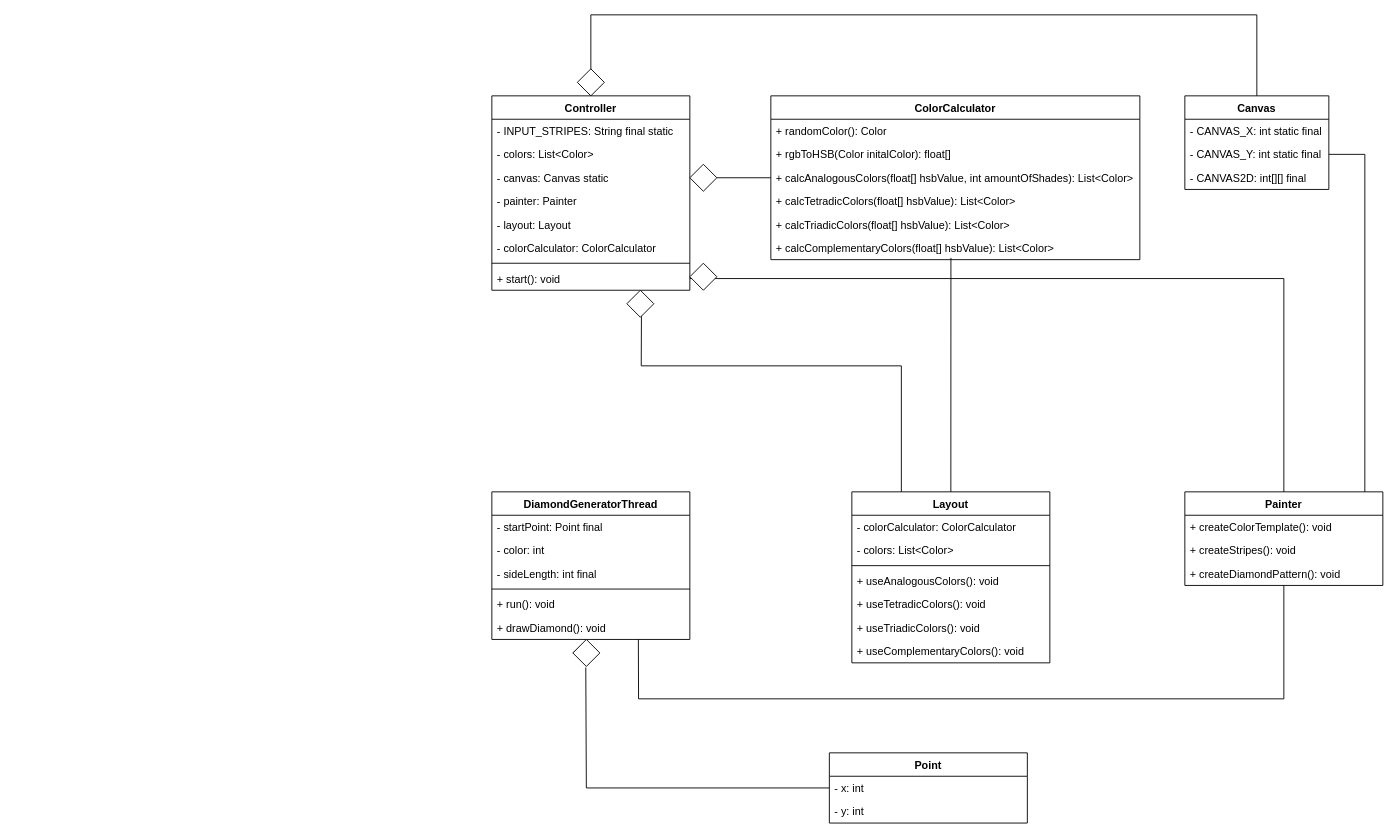
Akbar-Noser/M226a_Art_Program keeps this draw.io diagram as documentation/UML_DaVinci.drawio. Above is the earlier version. Source tidied: cells renumbered, new cells numbered last; positions are measured from the earlier drawing's top-left corner, leaving out a move shared by most shapes. Both pictures are drawn from the tidied source at 90%, with x=0, y=0 at pixel (491, 14).
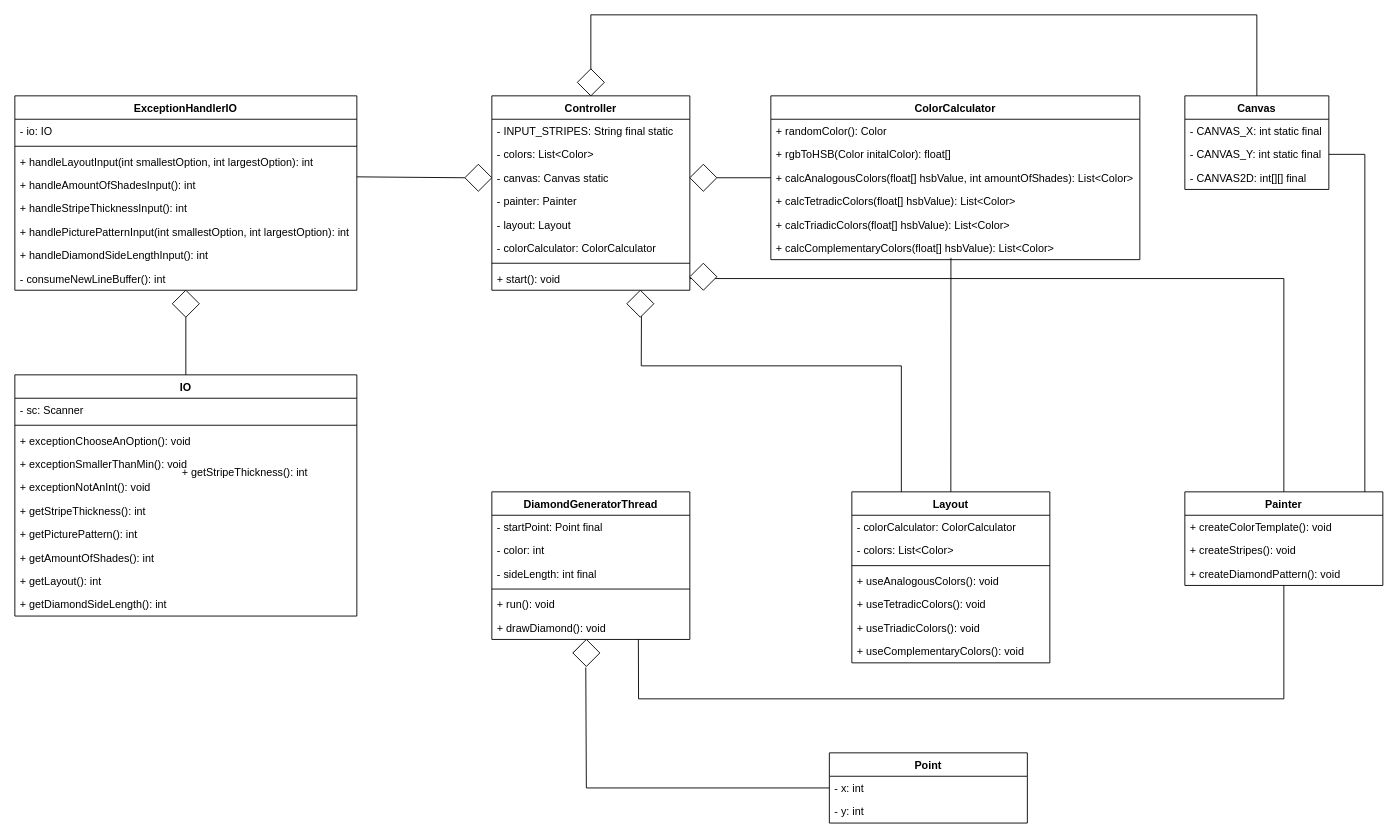
After the change.

Diff of the diagram source:
```diff
@@
+    <mxCell id="59" value="ExceptionHandlerIO" style="swimlane;fontStyle=1;align=center;verticalAlign=top;horizontal=1;startSize=26;" parent="1" vertex="1">
+      <mxGeometry x="-530" y="90" width="380" height="216" as="geometry" />
+    </mxCell>
+    <mxCell id="60" value="- io: IO" style="text;strokeColor=none;fillColor=none;align=left;verticalAlign=top;spacingLeft=4;spacingRight=4;overflow=hidden;" parent="59" vertex="1">
+      <mxGeometry y="26" width="380" height="26" as="geometry" />
+    </mxCell>
+    <mxCell id="61" style="line;strokeWidth=1;fillColor=none;align=left;verticalAlign=middle;spacingTop=-1;spacingLeft=3;spacingRight=3;labelPosition=right;" parent="59" vertex="1">
+      <mxGeometry y="52" width="380" height="8" as="geometry" />
+    </mxCell>
+    <mxCell id="62" value="+ handleLayoutInput(int smallestOption, int largestOption): int" style="text;strokeColor=none;fillColor=none;align=left;verticalAlign=top;spacingLeft=4;spacingRight=4;overflow=hidden;" parent="59" vertex="1">
+      <mxGeometry y="60" width="380" height="26" as="geometry" />
+    </mxCell>
+    <mxCell id="63" value="+ handleAmountOfShadesInput(): int" style="text;strokeColor=none;fillColor=none;align=left;verticalAlign=top;spacingLeft=4;spacingRight=4;overflow=hidden;" parent="59" vertex="1">
+      <mxGeometry y="86" width="380" height="26" as="geometry" />
+    </mxCell>
+    <mxCell id="64" value="+ handleStripeThicknessInput(): int" style="text;strokeColor=none;fillColor=none;align=left;verticalAlign=top;spacingLeft=4;spacingRight=4;overflow=hidden;" parent="59" vertex="1">
+      <mxGeometry y="112" width="380" height="26" as="geometry" />
+    </mxCell>
+    <mxCell id="65" value="+ handlePicturePatternInput(int smallestOption, int largestOption): int" style="text;strokeColor=none;fillColor=none;align=left;verticalAlign=top;spacingLeft=4;spacingRight=4;overflow=hidden;" parent="59" vertex="1">
+      <mxGeometry y="138" width="380" height="26" as="geometry" />
+    </mxCell>
+    <mxCell id="66" value="+ handleDiamondSideLengthInput(): int" style="text;strokeColor=none;fillColor=none;align=left;verticalAlign=top;spacingLeft=4;spacingRight=4;overflow=hidden;" parent="59" vertex="1">
+      <mxGeometry y="164" width="380" height="26" as="geometry" />
+    </mxCell>
+    <mxCell id="67" value="- consumeNewLineBuffer(): int" style="text;strokeColor=none;fillColor=none;align=left;verticalAlign=top;spacingLeft=4;spacingRight=4;overflow=hidden;" parent="59" vertex="1">
+      <mxGeometry y="190" width="380" height="26" as="geometry" />
+    </mxCell>
+    <mxCell id="68" value="IO" style="swimlane;fontStyle=1;align=center;verticalAlign=top;horizontal=1;startSize=26;" parent="1" vertex="1">
+      <mxGeometry x="-530" y="400" width="380" height="268" as="geometry" />
+    </mxCell>
+    <mxCell id="69" value="- sc: Scanner" style="text;strokeColor=none;fillColor=none;align=left;verticalAlign=top;spacingLeft=4;spacingRight=4;overflow=hidden;" parent="68" vertex="1">
+      <mxGeometry y="26" width="380" height="26" as="geometry" />
+    </mxCell>
+    <mxCell id="70" style="line;strokeWidth=1;fillColor=none;align=left;verticalAlign=middle;spacingTop=-1;spacingLeft=3;spacingRight=3;labelPosition=right;" parent="68" vertex="1">
+      <mxGeometry y="52" width="380" height="8" as="geometry" />
+    </mxCell>
+    <mxCell id="71" value="+ exceptionChooseAnOption(): void" style="text;strokeColor=none;fillColor=none;align=left;verticalAlign=top;spacingLeft=4;spacingRight=4;overflow=hidden;" parent="68" vertex="1">
+      <mxGeometry y="60" width="380" height="26" as="geometry" />
+    </mxCell>
+    <mxCell id="72" value="+ exceptionSmallerThanMin(): void" style="text;strokeColor=none;fillColor=none;align=left;verticalAlign=top;spacingLeft=4;spacingRight=4;overflow=hidden;" parent="68" vertex="1">
+      <mxGeometry y="86" width="380" height="26" as="geometry" />
+    </mxCell>
+    <mxCell id="73" value="+ exceptionNotAnInt(): void" style="text;strokeColor=none;fillColor=none;align=left;verticalAlign=top;spacingLeft=4;spacingRight=4;overflow=hidden;" parent="68" vertex="1">
+      <mxGeometry y="112" width="380" height="26" as="geometry" />
+    </mxCell>
+    <mxCell id="74" value="+ getStripeThickness(): int" style="text;strokeColor=none;fillColor=none;align=left;verticalAlign=top;spacingLeft=4;spacingRight=4;overflow=hidden;" parent="68" vertex="1">
+      <mxGeometry y="138" width="380" height="26" as="geometry" />
+    </mxCell>
+    <mxCell id="75" value="+ getPicturePattern(): int" style="text;strokeColor=none;fillColor=none;align=left;verticalAlign=top;spacingLeft=4;spacingRight=4;overflow=hidden;" parent="68" vertex="1">
+      <mxGeometry y="164" width="380" height="26" as="geometry" />
+    </mxCell>
+    <mxCell id="76" value="+ getAmountOfShades(): int" style="text;strokeColor=none;fillColor=none;align=left;verticalAlign=top;spacingLeft=4;spacingRight=4;overflow=hidden;" parent="68" vertex="1">
+      <mxGeometry y="190" width="380" height="26" as="geometry" />
+    </mxCell>
+    <mxCell id="77" value="+ getLayout(): int" style="text;strokeColor=none;fillColor=none;align=left;verticalAlign=top;spacingLeft=4;spacingRight=4;overflow=hidden;" parent="68" vertex="1">
+      <mxGeometry y="216" width="380" height="26" as="geometry" />
+    </mxCell>
+    <mxCell id="78" value="+ getDiamondSideLength(): int" style="text;strokeColor=none;fillColor=none;align=left;verticalAlign=top;spacingLeft=4;spacingRight=4;overflow=hidden;" parent="68" vertex="1">
+      <mxGeometry y="242" width="380" height="26" as="geometry" />
+    </mxCell>
+    <mxCell id="79" value="+ getStripeThickness(): int" style="text;strokeColor=none;fillColor=none;align=left;verticalAlign=top;spacingLeft=4;spacingRight=4;overflow=hidden;" parent="1" vertex="1">
+      <mxGeometry x="-350" y="495" width="380" height="26" as="geometry" />
+    </mxCell>
+    <mxCell id="80" style="rhombus;whiteSpace=wrap;html=1;" parent="1" vertex="1">
+      <mxGeometry x="-30" y="166" width="30" height="30" as="geometry" />
+    </mxCell>
+    <mxCell id="81" style="rhombus;whiteSpace=wrap;html=1;" parent="1" vertex="1">
+      <mxGeometry x="-355" y="306" width="30" height="30" as="geometry" />
+    </mxCell>
+    <mxCell id="82" style="endArrow=none;html=1;rounded=0;entryX=1;entryY=0.5;entryDx=0;entryDy=0;exitX=0;exitY=0.5;exitDx=0;exitDy=0;" parent="1" edge="1" source="80">
+      <mxGeometry relative="1" as="geometry">
+        <mxPoint x="-150" y="180" as="targetPoint" />
+      </mxGeometry>
+    </mxCell>
+    <mxCell id="83" style="endArrow=none;html=1;rounded=0;exitX=0.5;exitY=1;exitDx=0;exitDy=0;" parent="1" edge="1" source="81" target="68">
+      <mxGeometry relative="1" as="geometry" />
+    </mxCell>
```
